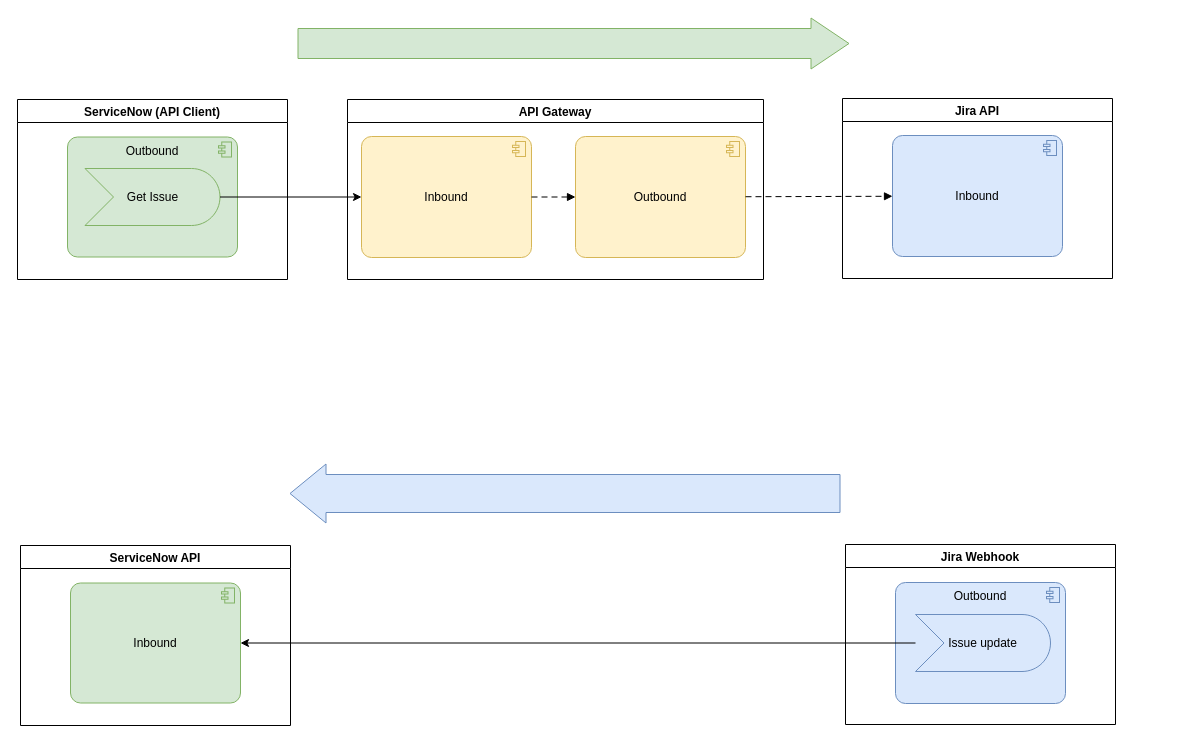
Earlier version of the draw.io diagram page "ApiGateway" (1 of 7) of Rossmann.drawio (algimas/tmp). Source tidied: cells renumbered, new cells numbered last; positions are measured from the earlier drawing's top-left corner, leaving out a move shared by most shapes. Both pictures are drawn from the tidied source at 100%, with x=0, y=0 at pixel (17, 43).
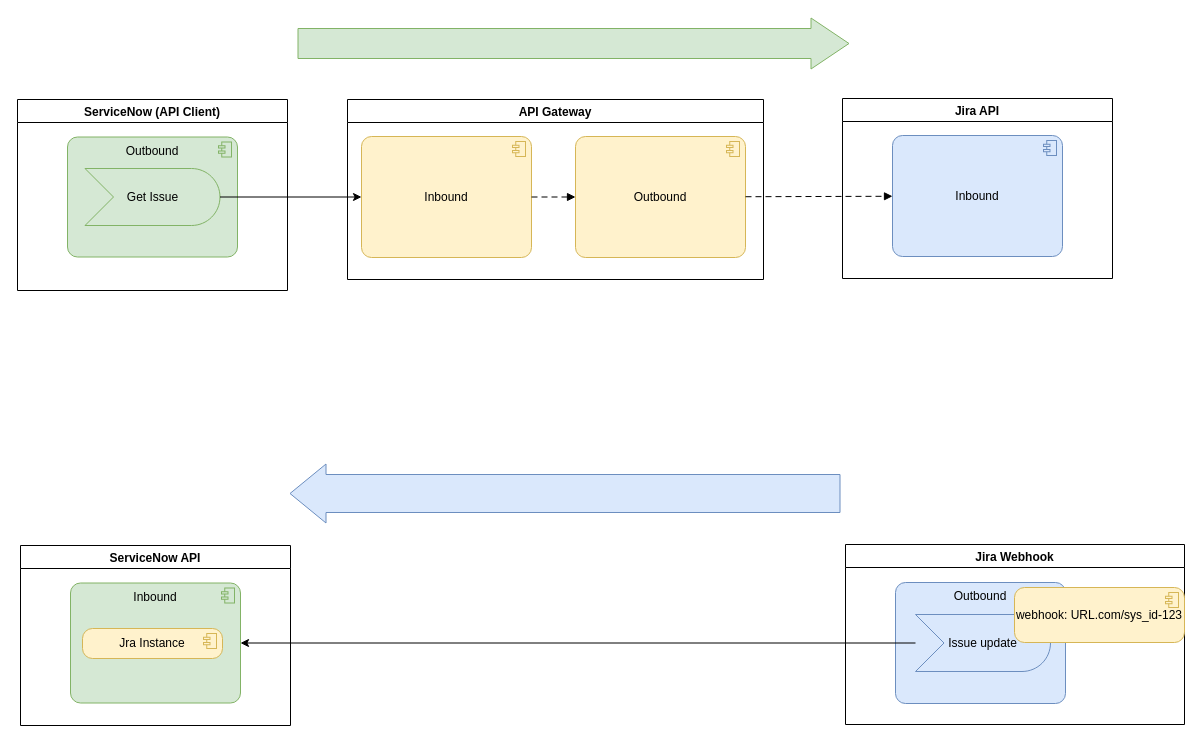
Above is the later version.

The change refers to these unchanged cells:
```xml
<mxCell id="13" value="ServiceNow API" style="swimlane;" parent="1" vertex="1">
  <mxGeometry x="3" y="502" width="270" height="180" as="geometry" />
</mxCell>
```

The edit, as a diff of the source:
```diff
@@
     <mxCell id="6" value="ServiceNow (API Client)" style="swimlane;" parent="1" vertex="1">
-      <mxGeometry y="56" width="270" height="180" as="geometry" />
+      <mxGeometry y="56" width="270" height="191" as="geometry" />
     </mxCell>
@@
-    <mxCell id="14" value="Inbound" style="html=1;outlineConnect=0;whiteSpace=wrap;fillColor=#d5e8d4;shape=mxgraph.archimate3.application;appType=comp;archiType=rounded;strokeColor=#82b366;verticalAlign=middle;fontStyle=0;" parent="13" vertex="1">
+    <mxCell id="14" value="Inbound" style="html=1;outlineConnect=0;whiteSpace=wrap;fillColor=#d5e8d4;shape=mxgraph.archimate3.application;appType=comp;archiType=rounded;strokeColor=#82b366;verticalAlign=top;fontStyle=0;" parent="13" vertex="1">
       <mxGeometry x="50" y="37.5" width="170" height="120" as="geometry" />
     </mxCell>
+    <mxCell id="21" value="Jra Instance" style="html=1;whiteSpace=wrap;fillColor=#fff2cc;shape=mxgraph.archimate3.application;appType=comp;archiType=rounded;strokeColor=#d6b656;verticalAlign=middle;fontStyle=0;" parent="13" vertex="1">
+      <mxGeometry x="62" y="83" width="140" height="30" as="geometry" />
+    </mxCell>
     <mxCell id="15" value="Jira Webhook" style="swimlane;" parent="1" vertex="1">
-      <mxGeometry x="828" y="501" width="270" height="180" as="geometry" />
+      <mxGeometry x="828" y="501" width="339" height="180" as="geometry" />
     </mxCell>
@@
+    <mxCell id="22" value="webhook: URL.com/sys_id-123" style="html=1;whiteSpace=wrap;fillColor=#fff2cc;shape=mxgraph.archimate3.application;appType=comp;archiType=rounded;strokeColor=#d6b656;verticalAlign=middle;fontStyle=0;" parent="15" vertex="1">
+      <mxGeometry x="169" y="43" width="170" height="55" as="geometry" />
+    </mxCell>
```
